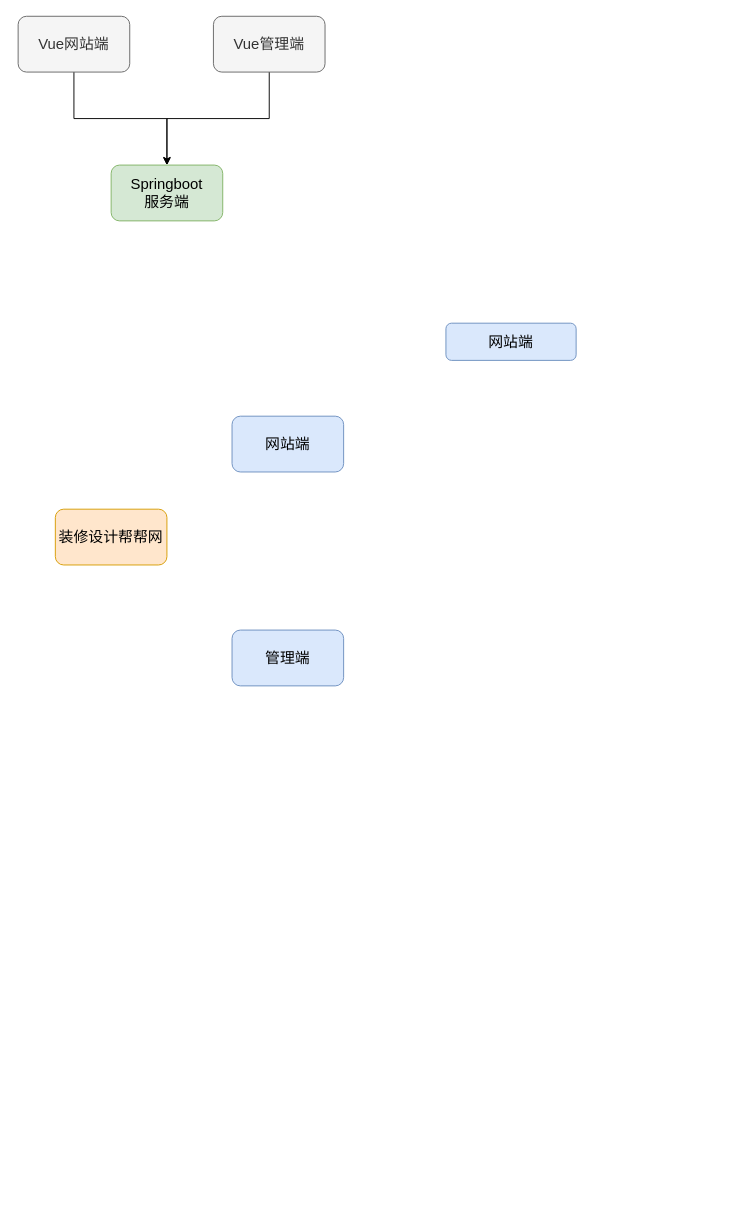
This is Vue 装修帮帮设计网.drawio from redcomet88/DRAW, a draw.io file, before an edit. Source tidied: cells renumbered, new cells numbered last; positions are measured from the earlier drawing's top-left corner, leaving out a move shared by most shapes. Both pictures are drawn from the tidied source at 93%, with x=0, y=0 at pixel (18, 16). Pictures stored in the file or linked from it are replaced by grey dashed boxes.
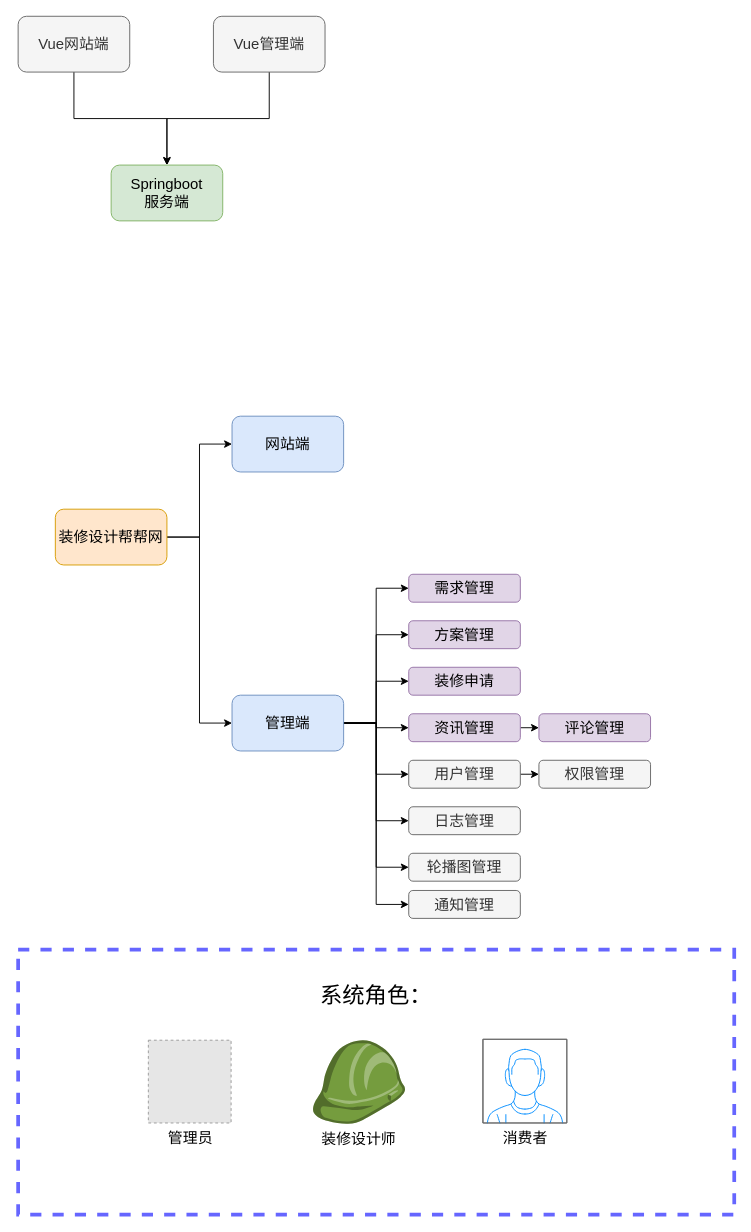
The same diagram, later.

Commit message (it also covers changes not shown here):
Update Vue 装修帮帮设计网.drawio

The change refers to these unchanged cells:
```xml
<mxCell id="2" value="装修设计帮帮网" style="rounded=1;whiteSpace=wrap;html=1;fillColor=#ffe6cc;strokeColor=#d79b00;fontSize=16;" parent="1" vertex="1">
  <mxGeometry x="40" y="530" width="120" height="60" as="geometry" />
</mxCell>
<mxCell id="8" value="网站端" style="rounded=1;whiteSpace=wrap;html=1;fillColor=#dae8fc;strokeColor=#6c8ebf;fontSize=16;" parent="1" vertex="1">
  <mxGeometry x="230" y="430" width="120" height="60" as="geometry" />
</mxCell>
```

Change to the diagram source:
```diff
@@
+    <mxCell id="11" style="edgeStyle=orthogonalEdgeStyle;rounded=0;jettySize=auto;html=1;exitX=1;exitY=0.5;exitDx=0;exitDy=0;entryX=0;entryY=0.5;entryDx=0;entryDy=0;fontSize=16;" parent="1" edge="1" source="2" target="8">
+      <mxGeometry relative="1" as="geometry" />
+    </mxCell>
+    <mxCell id="12" style="edgeStyle=orthogonalEdgeStyle;rounded=0;jettySize=auto;html=1;exitX=1;exitY=0.5;exitDx=0;exitDy=0;entryX=0;entryY=0.5;entryDx=0;entryDy=0;fontSize=16;" parent="1" edge="1" source="2" target="9">
+      <mxGeometry relative="1" as="geometry" />
+    </mxCell>
@@
+    <mxCell id="13" style="edgeStyle=orthogonalEdgeStyle;rounded=0;jettySize=auto;html=1;exitX=1;exitY=0.5;exitDx=0;exitDy=0;entryX=0;entryY=0.5;entryDx=0;entryDy=0;fontSize=16;" parent="1" edge="1" source="9" target="26">
+      <mxGeometry relative="1" as="geometry" />
+    </mxCell>
+    <mxCell id="14" style="edgeStyle=orthogonalEdgeStyle;rounded=0;jettySize=auto;html=1;exitX=1;exitY=0.5;exitDx=0;exitDy=0;entryX=0;entryY=0.5;entryDx=0;entryDy=0;fontSize=16;" parent="1" edge="1" source="9" target="27">
+      <mxGeometry relative="1" as="geometry" />
+    </mxCell>
+    <mxCell id="15" style="edgeStyle=orthogonalEdgeStyle;rounded=0;jettySize=auto;html=1;exitX=1;exitY=0.5;exitDx=0;exitDy=0;entryX=0;entryY=0.5;entryDx=0;entryDy=0;fontSize=16;" parent="1" edge="1" source="9" target="29">
+      <mxGeometry relative="1" as="geometry" />
+    </mxCell>
+    <mxCell id="16" style="edgeStyle=orthogonalEdgeStyle;rounded=0;jettySize=auto;html=1;exitX=1;exitY=0.5;exitDx=0;exitDy=0;entryX=0;entryY=0.5;entryDx=0;entryDy=0;fontSize=16;" parent="1" edge="1" source="9" target="25">
+      <mxGeometry relative="1" as="geometry" />
+    </mxCell>
+    <mxCell id="17" style="edgeStyle=orthogonalEdgeStyle;rounded=0;jettySize=auto;html=1;exitX=1;exitY=0.5;exitDx=0;exitDy=0;entryX=0;entryY=0.5;entryDx=0;entryDy=0;fontSize=16;" parent="1" edge="1" source="9" target="22">
+      <mxGeometry relative="1" as="geometry" />
+    </mxCell>
+    <mxCell id="18" style="edgeStyle=orthogonalEdgeStyle;rounded=0;jettySize=auto;html=1;exitX=1;exitY=0.5;exitDx=0;exitDy=0;entryX=0;entryY=0.5;entryDx=0;entryDy=0;fontSize=16;" parent="1" edge="1" source="9" target="23">
+      <mxGeometry relative="1" as="geometry" />
+    </mxCell>
+    <mxCell id="19" style="edgeStyle=orthogonalEdgeStyle;rounded=0;jettySize=auto;html=1;exitX=1;exitY=0.5;exitDx=0;exitDy=0;entryX=0;entryY=0.5;entryDx=0;entryDy=0;fontSize=16;" parent="1" edge="1" source="9" target="30">
+      <mxGeometry relative="1" as="geometry" />
+    </mxCell>
+    <mxCell id="20" style="edgeStyle=orthogonalEdgeStyle;rounded=0;jettySize=auto;html=1;exitX=1;exitY=0.5;exitDx=0;exitDy=0;entryX=0;entryY=0.5;entryDx=0;entryDy=0;fontSize=16;" parent="1" edge="1" source="9" target="31">
+      <mxGeometry relative="1" as="geometry" />
+    </mxCell>
     <mxCell id="9" value="管理端" style="rounded=1;whiteSpace=wrap;html=1;fillColor=#dae8fc;strokeColor=#6c8ebf;fontSize=16;" parent="1" vertex="1">
-      <mxGeometry x="230" y="660" width="120" height="60" as="geometry" />
+      <mxGeometry x="230" y="730" width="120" height="60" as="geometry" />
     </mxCell>
-    <mxCell id="10" value="网站端" style="rounded=1;whiteSpace=wrap;html=1;fillColor=#dae8fc;strokeColor=#6c8ebf;fontSize=16;" parent="1" vertex="1">
-      <mxGeometry x="460" y="330" width="140" height="40" as="geometry" />
+    <mxCell id="10" value="权限管理" style="rounded=1;whiteSpace=wrap;html=1;fillColor=#f5f5f5;strokeColor=#666666;fontSize=16;fontColor=#333333;" parent="1" vertex="1">
+      <mxGeometry x="560" y="800" width="120" height="30" as="geometry" />
     </mxCell>
+    <mxCell id="21" style="edgeStyle=orthogonalEdgeStyle;rounded=0;jettySize=auto;html=1;exitX=1;exitY=0.5;exitDx=0;exitDy=0;entryX=0;entryY=0.5;entryDx=0;entryDy=0;fontSize=16;" parent="1" edge="1" source="22" target="10">
+      <mxGeometry relative="1" as="geometry" />
+    </mxCell>
+    <mxCell id="22" value="用户管理" style="rounded=1;whiteSpace=wrap;html=1;fillColor=#f5f5f5;strokeColor=#666666;fontSize=16;fontColor=#333333;" parent="1" vertex="1">
+      <mxGeometry x="420" y="800" width="120" height="30" as="geometry" />
+    </mxCell>
+    <mxCell id="23" value="日志管理" style="rounded=1;whiteSpace=wrap;html=1;fillColor=#f5f5f5;strokeColor=#666666;fontSize=16;fontColor=#333333;" parent="1" vertex="1">
+      <mxGeometry x="420" y="850" width="120" height="30" as="geometry" />
+    </mxCell>
+    <mxCell id="24" style="edgeStyle=orthogonalEdgeStyle;rounded=0;jettySize=auto;html=1;exitX=1;exitY=0.5;exitDx=0;exitDy=0;entryX=0;entryY=0.5;entryDx=0;entryDy=0;fontSize=16;" parent="1" edge="1" source="25" target="28">
+      <mxGeometry relative="1" as="geometry" />
+    </mxCell>
+    <mxCell id="25" value="资讯管理" style="rounded=1;whiteSpace=wrap;html=1;fillColor=#e1d5e7;strokeColor=#9673a6;fontSize=16;" parent="1" vertex="1">
+      <mxGeometry x="420" y="750" width="120" height="30" as="geometry" />
+    </mxCell>
+    <mxCell id="26" value="需求管理" style="rounded=1;whiteSpace=wrap;html=1;fillColor=#e1d5e7;strokeColor=#9673a6;fontSize=16;" parent="1" vertex="1">
+      <mxGeometry x="420" y="600" width="120" height="30" as="geometry" />
+    </mxCell>
+    <mxCell id="27" value="方案管理" style="rounded=1;whiteSpace=wrap;html=1;fillColor=#e1d5e7;strokeColor=#9673a6;fontSize=16;" parent="1" vertex="1">
+      <mxGeometry x="420" y="650" width="120" height="30" as="geometry" />
+    </mxCell>
+    <mxCell id="28" value="评论管理" style="rounded=1;whiteSpace=wrap;html=1;fillColor=#e1d5e7;strokeColor=#9673a6;fontSize=16;" parent="1" vertex="1">
+      <mxGeometry x="560" y="750" width="120" height="30" as="geometry" />
+    </mxCell>
+    <mxCell id="29" value="装修申请" style="rounded=1;whiteSpace=wrap;html=1;fillColor=#e1d5e7;strokeColor=#9673a6;fontSize=16;" parent="1" vertex="1">
+      <mxGeometry x="420" y="700" width="120" height="30" as="geometry" />
+    </mxCell>
+    <mxCell id="30" value="轮播图管理" style="rounded=1;whiteSpace=wrap;html=1;fillColor=#f5f5f5;strokeColor=#666666;fontSize=16;fontColor=#333333;" parent="1" vertex="1">
+      <mxGeometry x="420" y="900" width="120" height="30" as="geometry" />
+    </mxCell>
+    <mxCell id="31" value="通知管理" style="rounded=1;whiteSpace=wrap;html=1;fillColor=#f5f5f5;strokeColor=#666666;fontSize=16;fontColor=#333333;" parent="1" vertex="1">
+      <mxGeometry x="420" y="940" width="120" height="30" as="geometry" />
+    </mxCell>
+    <mxCell id="32" value="装修设计师" style="dashed=0;verticalLabelPosition=bottom;verticalAlign=top;align=center;html=1;shape=mxgraph.aws3.role;fillColor=#759C3E;gradientColor=none;fontSize=16;" parent="1" vertex="1">
+      <mxGeometry x="316" y="1101" width="100" height="90" as="geometry" />
+    </mxCell>
+    <mxCell id="33" value="管理员" style="fillColor=#E6E6E6;strokeColor=#999999;dashed=1;html=1;verticalAlign=top;verticalLabelPosition=bottom;labelBackgroundColor=#ffffff;fontSize=16;" parent="1" vertex="1">
+      <mxGeometry x="140" y="1101" width="89" height="89" as="geometry" />
+    </mxCell>
+    <mxCell id="34" value="消费者" style="verticalLabelPosition=bottom;shadow=0;dashed=0;align=center;html=1;verticalAlign=top;strokeWidth=1;shape=mxgraph.mockup.containers.userMale;strokeColor=#666666;strokeColor2=#008cff;fontSize=16;" parent="1" vertex="1">
+      <mxGeometry x="500" y="1100" width="90" height="90" as="geometry" />
+    </mxCell>
+    <mxCell id="35" value="&lt;font style=&quot;font-size: 24px;&quot;&gt;&lt;br&gt;系统角色：&lt;/font&gt;" style="text;html=1;strokeColor=#6666FF;fillColor=none;align=center;verticalAlign=top;whiteSpace=wrap;rounded=0;fontSize=16;dashed=1;strokeWidth=4;" parent="1" vertex="1">
+      <mxGeometry y="1003.5" width="770" height="285" as="geometry" />
+    </mxCell>
```
